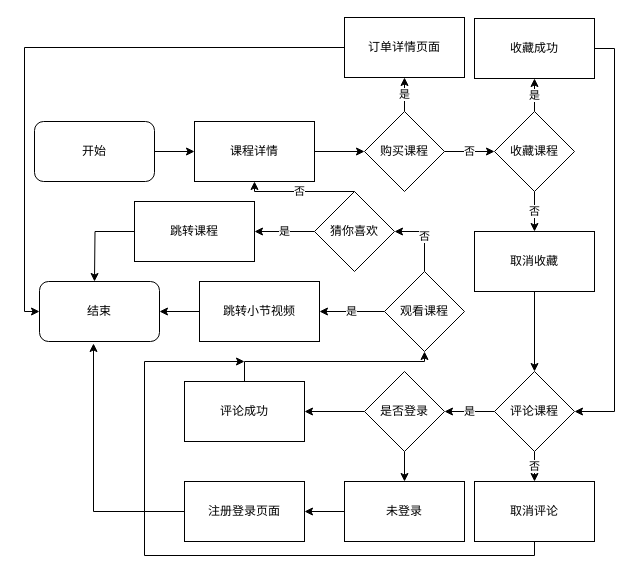
Earlier version of the draw.io diagram page "课程详情" (6 of 8) of 前台.drawio (luoZH111/imags). Source tidied: cells renumbered, new cells numbered last; positions are measured from the earlier drawing's top-left corner, leaving out a move shared by most shapes. Both pictures are drawn from the tidied source at 100%, with x=0, y=0 at pixel (24, 17).
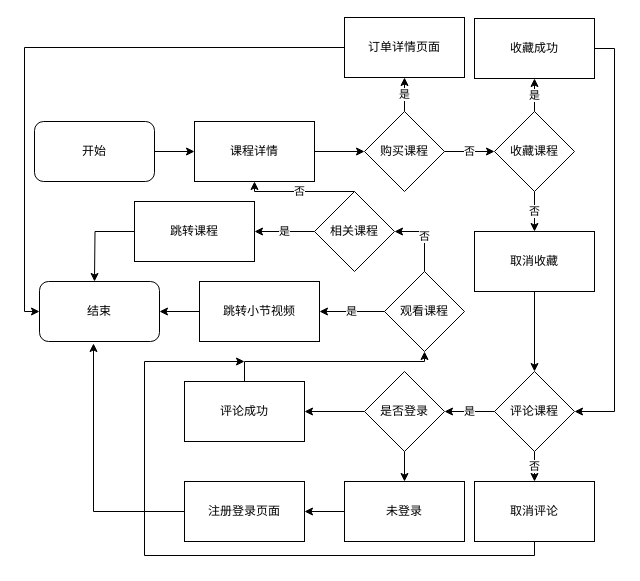
The same diagram, later.

Diff of the diagram source:
```diff
@@
-    <mxCell id="40" value="猜你喜欢" style="rhombus;whiteSpace=wrap;html=1;" parent="1" vertex="1">
+    <mxCell id="40" value="相关课程" style="rhombus;whiteSpace=wrap;html=1;" parent="1" vertex="1">
       <mxGeometry x="290" y="174" width="80" height="80" as="geometry" />
     </mxCell>
```
